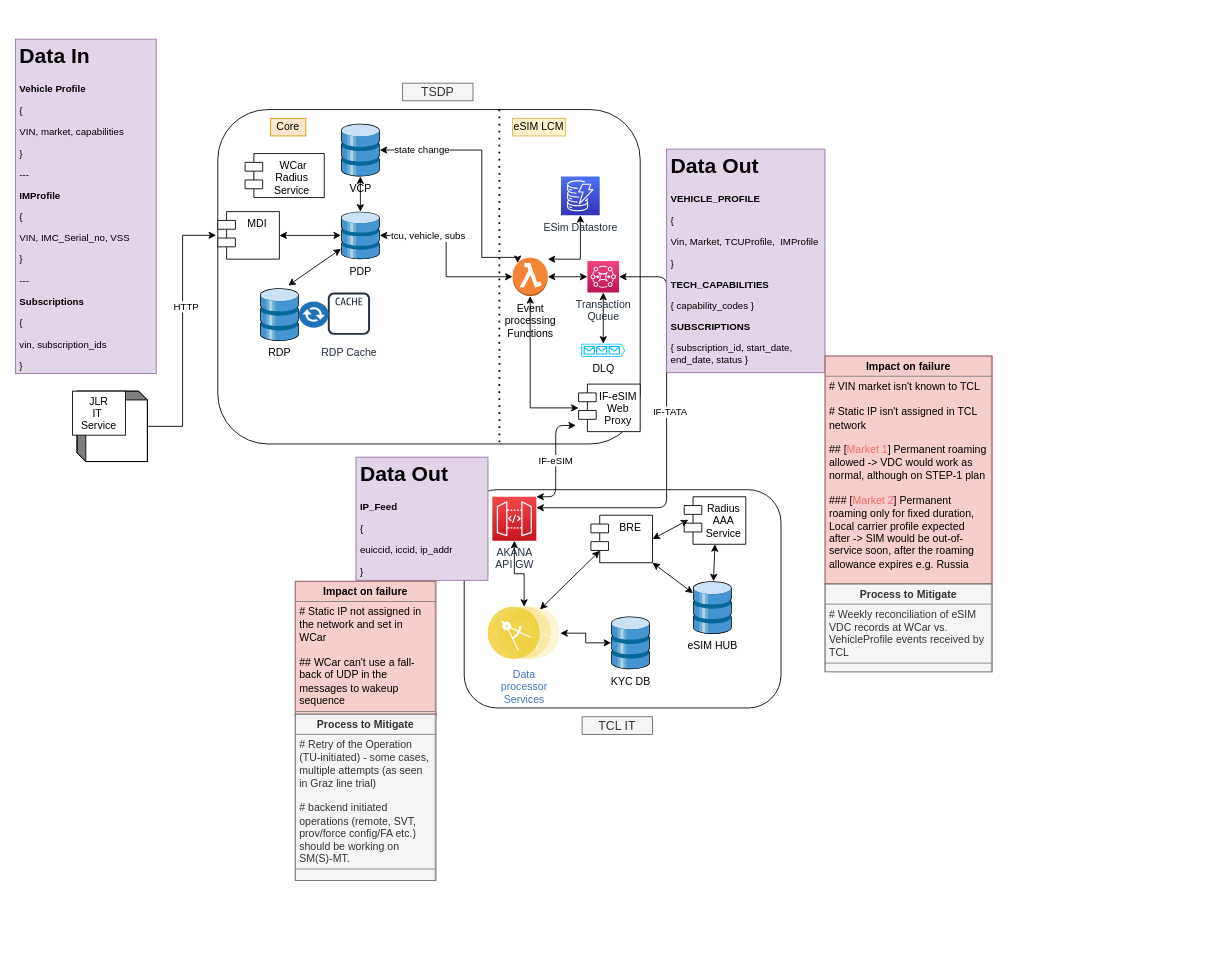
Above: page "EoL - ABS" (4 of 12) of src/main/resources/VDC_eSIM_dataflow_WC_TCL.drawio in subhachat/CodeKata (draw.io), before the change. Source tidied: cells renumbered, new cells numbered last; positions are measured from the earlier drawing's top-left corner, leaving out a move shared by most shapes. Both pictures are drawn from the tidied source at 88%, with x=0, y=0 at pixel (15, 39).
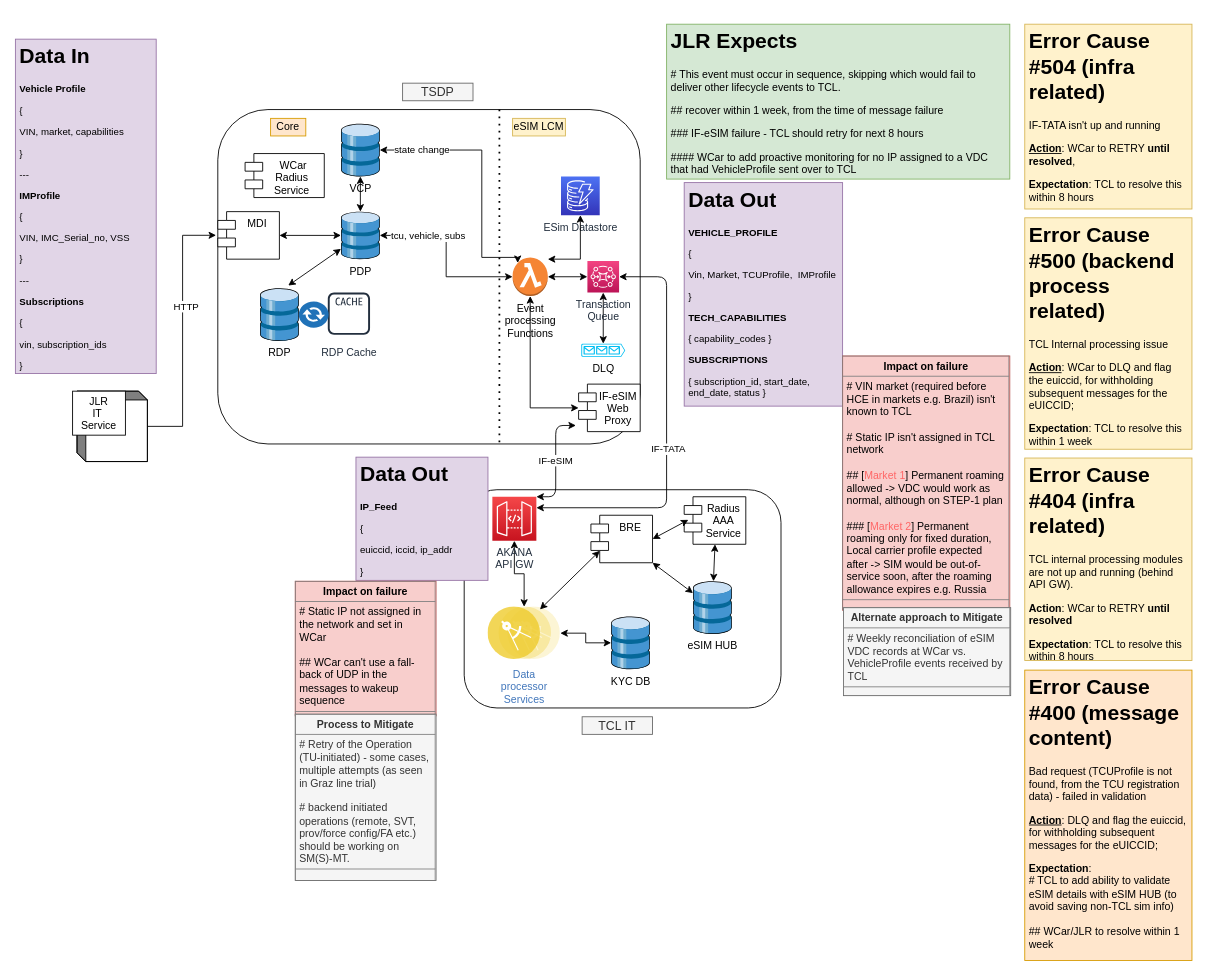
After the change.

The change refers to these unchanged cells:
```xml
<mxCell id="46" style="edgeStyle=elbowEdgeStyle;elbow=horizontal;endArrow=classic;html=1;exitX=1;exitY=0.5;exitDx=0;exitDy=0;exitPerimeter=0;entryX=1;entryY=0.25;entryDx=0;entryDy=0;entryPerimeter=0;startArrow=classic;startFill=1;" parent="1" edge="1" source="25" target="33">
  <mxGeometry relative="1" as="geometry">
    <Array as="points">
      <mxPoint x="740" y="400" />
      <mxPoint x="740" y="410" />
    </Array>
  </mxGeometry>
</mxCell>
```

Change to the diagram source:
```diff
@@
     <mxCell id="47" value="IF-TATA" style="edgeLabel;html=1;align=center;verticalAlign=middle;" parent="46" vertex="1">
-      <mxGeometry x="-0.11" y="3" relative="1" as="geometry" />
+      <mxGeometry x="-0.11" y="3" relative="1" as="geometry">
+        <mxPoint x="-2" y="42.9" as="offset" />
+      </mxGeometry>
     </mxCell>
@@
     <mxCell id="50" value="&lt;h1&gt;Data Out&lt;/h1&gt;&lt;p style=&quot;font-size: 11px&quot;&gt;&lt;font style=&quot;font-size: 11px&quot;&gt;&lt;b&gt;VEHICLE_PROFILE&lt;/b&gt;&lt;/font&gt;&lt;/p&gt;&lt;p style=&quot;font-size: 11px&quot;&gt;&lt;font style=&quot;font-size: 11px&quot;&gt;{&amp;nbsp;&lt;/font&gt;&lt;/p&gt;&lt;p style=&quot;font-size: 11px&quot;&gt;Vin,&amp;nbsp;&lt;span&gt;Market,&amp;nbsp;&lt;/span&gt;&lt;span&gt;TCUProfile,&amp;nbsp;&amp;nbsp;&lt;/span&gt;&lt;span&gt;IMProfile&lt;/span&gt;&lt;/p&gt;&lt;p style=&quot;font-size: 11px&quot;&gt;&lt;font style=&quot;font-size: 11px&quot;&gt;}&lt;/font&gt;&lt;/p&gt;&lt;p style=&quot;font-size: 11px&quot;&gt;&lt;font style=&quot;font-size: 11px&quot;&gt;&lt;b&gt;TECH_CAPABILITIES&lt;/b&gt;&lt;br&gt;&lt;/font&gt;&lt;/p&gt;&lt;p style=&quot;font-size: 11px&quot;&gt;&lt;font style=&quot;font-size: 11px&quot;&gt;{ capability_codes }&lt;/font&gt;&lt;/p&gt;&lt;p style=&quot;font-size: 11px&quot;&gt;&lt;font style=&quot;font-size: 11px&quot;&gt;&lt;b&gt;SUBSCRIPTIONS&lt;/b&gt;&lt;/font&gt;&lt;/p&gt;&lt;p style=&quot;font-size: 11px&quot;&gt;&lt;font style=&quot;font-size: 11px&quot;&gt;{ subscription_id, start_date, end_date, status&amp;nbsp;&lt;/font&gt;&lt;span&gt;}&lt;/span&gt;&lt;/p&gt;&lt;p&gt;&lt;br&gt;&lt;/p&gt;" style="text;html=1;strokeColor=#9673a6;fillColor=#e1d5e7;spacing=5;spacingTop=-20;whiteSpace=wrap;overflow=hidden;rounded=0;" parent="1" vertex="1">
-      <mxGeometry x="740" y="125" width="180" height="254" as="geometry" />
+      <mxGeometry x="760" y="163" width="180" height="254" as="geometry" />
     </mxCell>
@@
-    <mxCell id="54" value="&lt;table border=&quot;1&quot; width=&quot;100%&quot; cellpadding=&quot;4&quot; style=&quot;width: 100% ; height: 100% ; border-collapse: collapse&quot;&gt;&lt;tbody&gt;&lt;tr&gt;&lt;th align=&quot;center&quot;&gt;&lt;b&gt;Impact on failure&lt;/b&gt;&lt;/th&gt;&lt;/tr&gt;&lt;tr&gt;&lt;td&gt;# VIN market isn't known to TCL&lt;br&gt;&lt;br&gt;# Static IP isn't assigned in TCL network&lt;br&gt;&lt;br&gt;## [&lt;font color=&quot;#ff6666&quot;&gt;Market 1&lt;/font&gt;] Permanent roaming allowed -&amp;gt; VDC would work as normal, although on STEP-1 plan&lt;br&gt;&lt;br&gt;### [&lt;font color=&quot;#ff6666&quot;&gt;Market 2&lt;/font&gt;] Permanent roaming only for fixed duration, Local carrier profile expected after -&amp;gt; SIM would be out-of-service soon, after the roaming allowance expires e.g. Russia&lt;br&gt;&lt;br&gt;&lt;/td&gt;&lt;/tr&gt;&lt;tr&gt;&lt;td&gt;&lt;br&gt;&lt;/td&gt;&lt;/tr&gt;&lt;/tbody&gt;&lt;/table&gt;" style="text;html=1;strokeColor=#b85450;fillColor=#f8cecc;overflow=fill;whiteSpace=wrap;" parent="1" vertex="1">
-      <mxGeometry x="920" y="360" width="190" height="259" as="geometry" />
+    <mxCell id="54" value="&lt;table border=&quot;1&quot; width=&quot;100%&quot; cellpadding=&quot;4&quot; style=&quot;width: 100% ; height: 100% ; border-collapse: collapse&quot;&gt;&lt;tbody&gt;&lt;tr&gt;&lt;th align=&quot;center&quot;&gt;&lt;b&gt;Impact on failure&lt;/b&gt;&lt;/th&gt;&lt;/tr&gt;&lt;tr&gt;&lt;td&gt;# VIN market (required before HCE in markets e.g. Brazil) isn't known to TCL&lt;br&gt;&lt;br&gt;# Static IP isn't assigned in TCL network&lt;br&gt;&lt;br&gt;## [&lt;font color=&quot;#ff6666&quot;&gt;Market 1&lt;/font&gt;] Permanent roaming allowed -&amp;gt; VDC would work as normal, although on STEP-1 plan&lt;br&gt;&lt;br&gt;### [&lt;font color=&quot;#ff6666&quot;&gt;Market 2&lt;/font&gt;] Permanent roaming only for fixed duration, Local carrier profile expected after -&amp;gt; SIM would be out-of-service soon, after the roaming allowance expires e.g. Russia&lt;br&gt;&lt;/td&gt;&lt;/tr&gt;&lt;tr&gt;&lt;td&gt;&lt;br&gt;&lt;/td&gt;&lt;/tr&gt;&lt;/tbody&gt;&lt;/table&gt;" style="text;html=1;strokeColor=#b85450;fillColor=#f8cecc;overflow=fill;whiteSpace=wrap;" parent="1" vertex="1">
+      <mxGeometry x="940" y="360" width="190" height="289" as="geometry" />
     </mxCell>
@@
-    <mxCell id="56" value="&lt;table border=&quot;1&quot; width=&quot;100%&quot; cellpadding=&quot;4&quot; style=&quot;width: 100% ; height: 100% ; border-collapse: collapse&quot;&gt;&lt;tbody&gt;&lt;tr&gt;&lt;th align=&quot;center&quot;&gt;Process to Mitigate&lt;/th&gt;&lt;/tr&gt;&lt;tr&gt;&lt;td&gt;# Weekly reconciliation of eSIM VDC records at WCar vs. VehicleProfile events received by TCL&lt;br&gt;&lt;/td&gt;&lt;/tr&gt;&lt;tr&gt;&lt;td&gt;&lt;br&gt;&lt;/td&gt;&lt;/tr&gt;&lt;/tbody&gt;&lt;/table&gt;" style="text;html=1;strokeColor=#666666;fillColor=#f5f5f5;overflow=fill;whiteSpace=wrap;fontColor=#333333;" parent="1" vertex="1">
-      <mxGeometry x="920" y="619" width="190" height="100" as="geometry" />
+    <mxCell id="56" value="&lt;table border=&quot;1&quot; width=&quot;100%&quot; cellpadding=&quot;4&quot; style=&quot;width: 100% ; height: 100% ; border-collapse: collapse&quot;&gt;&lt;tbody&gt;&lt;tr&gt;&lt;th align=&quot;center&quot;&gt;Alternate approach to Mitigate&lt;/th&gt;&lt;/tr&gt;&lt;tr&gt;&lt;td&gt;# Weekly reconciliation of eSIM VDC records at WCar vs. VehicleProfile events received by TCL&lt;br&gt;&lt;/td&gt;&lt;/tr&gt;&lt;tr&gt;&lt;td&gt;&lt;br&gt;&lt;/td&gt;&lt;/tr&gt;&lt;/tbody&gt;&lt;/table&gt;" style="text;html=1;strokeColor=#666666;fillColor=#f5f5f5;overflow=fill;whiteSpace=wrap;fontColor=#333333;" parent="1" vertex="1">
+      <mxGeometry x="941" y="646" width="190" height="100" as="geometry" />
     </mxCell>
@@
+    <mxCell id="58" value="&lt;h1&gt;Error Cause #400 (message content)&lt;/h1&gt;&lt;p&gt;Bad request (TCUProfile is not found, from the TCU registration data) - failed in validation&lt;/p&gt;&lt;p&gt;&lt;b&gt;&lt;u&gt;Action&lt;/u&gt;&lt;/b&gt;: DLQ and flag the euiccid, for withholding subsequent messages for the eUICCID;&amp;nbsp;&lt;br&gt;&lt;/p&gt;&lt;b&gt;Expectation&lt;/b&gt;: &lt;br&gt;# TCL to add ability to validate eSIM details with eSIM HUB (to avoid saving non-TCL sim info)&lt;br&gt;&lt;br&gt;## WCar/JLR to resolve within 1 week&lt;br&gt;&lt;p&gt;&amp;nbsp;&lt;/p&gt;" style="text;html=1;strokeColor=#d79b00;fillColor=#ffe6cc;spacing=5;spacingTop=-20;whiteSpace=wrap;overflow=hidden;rounded=0;" parent="1" vertex="1">
+      <mxGeometry x="1147" y="717" width="190" height="330" as="geometry" />
+    </mxCell>
+    <mxCell id="59" value="&lt;h1&gt;JLR Expects&lt;/h1&gt;&lt;p&gt;# This event must occur in sequence, skipping which would fail to deliver other lifecycle events to TCL.&lt;/p&gt;&lt;p&gt;&lt;span&gt;## recover within 1 week, from the time of message failure&lt;/span&gt;&lt;br&gt;&lt;/p&gt;&lt;p&gt;### IF-eSIM failure - TCL should retry for next 8 hours&lt;span&gt;&lt;br&gt;&lt;/span&gt;&lt;/p&gt;&lt;p&gt;&lt;span&gt;#### WCar to add proactive monitoring for no IP assigned to a VDC that had VehicleProfile sent over to TCL&lt;/span&gt;&lt;br&gt;&lt;/p&gt;" style="text;html=1;strokeColor=#82b366;fillColor=#d5e8d4;spacing=5;spacingTop=-20;whiteSpace=wrap;overflow=hidden;rounded=0;" parent="1" vertex="1">
+      <mxGeometry x="740" y="-17" width="390" height="176" as="geometry" />
+    </mxCell>
+    <mxCell id="60" value="&lt;h1&gt;Error Cause #504 (infra related)&lt;/h1&gt;&lt;p&gt;IF-TATA isn't up and running&lt;/p&gt;&lt;p&gt;&lt;b&gt;&lt;u&gt;Action&lt;/u&gt;&lt;/b&gt;: WCar to RETRY &lt;b&gt;until resolved&lt;/b&gt;,&amp;nbsp;&lt;/p&gt;&lt;p&gt;&lt;b&gt;Expectation&lt;/b&gt;: TCL to resolve this within 8 hours&lt;/p&gt;" style="text;html=1;strokeColor=#d6b656;fillColor=#fff2cc;spacing=5;spacingTop=-20;whiteSpace=wrap;overflow=hidden;rounded=0;" parent="1" vertex="1">
+      <mxGeometry x="1147" y="-17" width="190" height="210" as="geometry" />
+    </mxCell>
+    <mxCell id="61" value="&lt;h1&gt;Error Cause #500 (backend process related)&lt;/h1&gt;&lt;p&gt;TCL Internal processing issue&lt;/p&gt;&lt;p&gt;&lt;b&gt;&lt;u&gt;Action&lt;/u&gt;&lt;/b&gt;: WCar to DLQ and flag the euiccid, for withholding subsequent messages for the eUICCID;&amp;nbsp;&lt;br&gt;&lt;/p&gt;&lt;b&gt;Expectation&lt;/b&gt;: TCL to resolve this within 1 week" style="text;html=1;strokeColor=#d6b656;fillColor=#fff2cc;spacing=5;spacingTop=-20;whiteSpace=wrap;overflow=hidden;rounded=0;" parent="1" vertex="1">
+      <mxGeometry x="1147" y="203" width="190" height="263" as="geometry" />
+    </mxCell>
+    <mxCell id="62" value="&lt;h1&gt;Error Cause #404 (infra related)&lt;/h1&gt;&lt;p&gt;TCL internal processing modules are not up and running (behind API GW).&amp;nbsp;&lt;br&gt;&lt;/p&gt;&lt;p&gt;&lt;b&gt;Action&lt;/b&gt;: WCar to RETRY &lt;b&gt;until resolved&lt;/b&gt;&lt;/p&gt;&lt;p&gt;&lt;b&gt;Expectation&lt;/b&gt;: TCL to resolve this within 8 hours&lt;br&gt;&lt;/p&gt;" style="text;html=1;strokeColor=#d6b656;fillColor=#fff2cc;spacing=5;spacingTop=-20;whiteSpace=wrap;overflow=hidden;rounded=0;" parent="1" vertex="1">
+      <mxGeometry x="1147" y="476" width="190" height="230" as="geometry" />
+    </mxCell>
```
